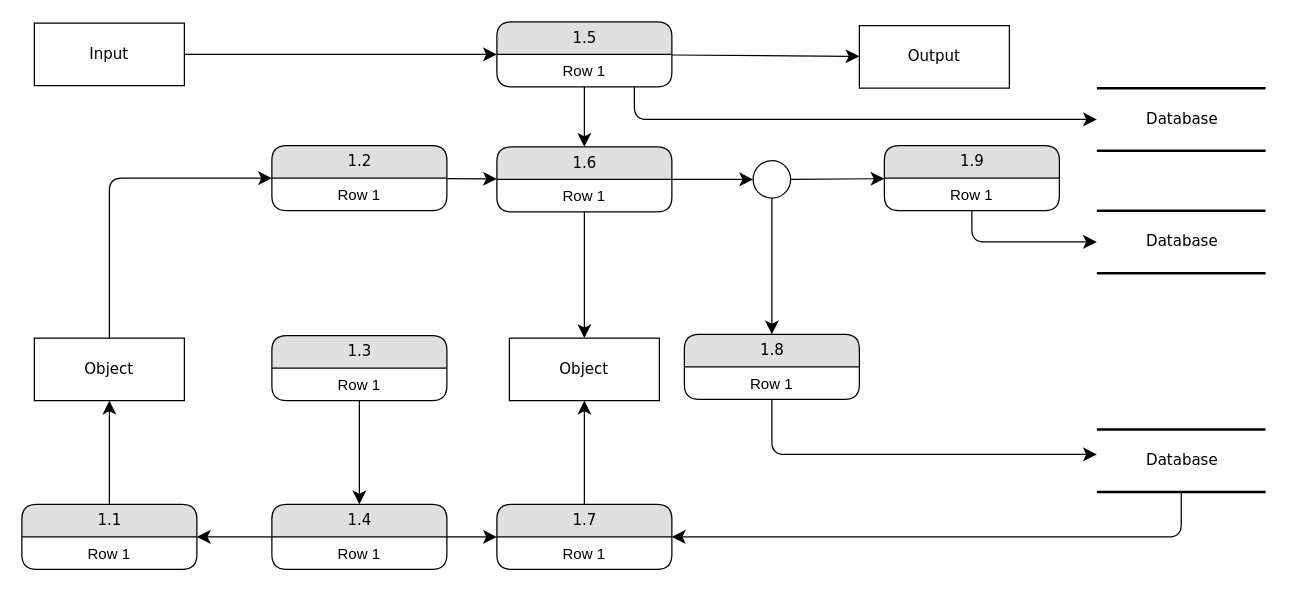
Before: Untitled Diagram.drawio in blimpey/Movie-thing, a draw.io diagram. Source tidied: cells renumbered, new cells numbered last; positions are measured from the earlier drawing's top-left corner, leaving out a move shared by most shapes. Both pictures are drawn from the tidied source at 125%, with x=0, y=0 at pixel (21, 21).
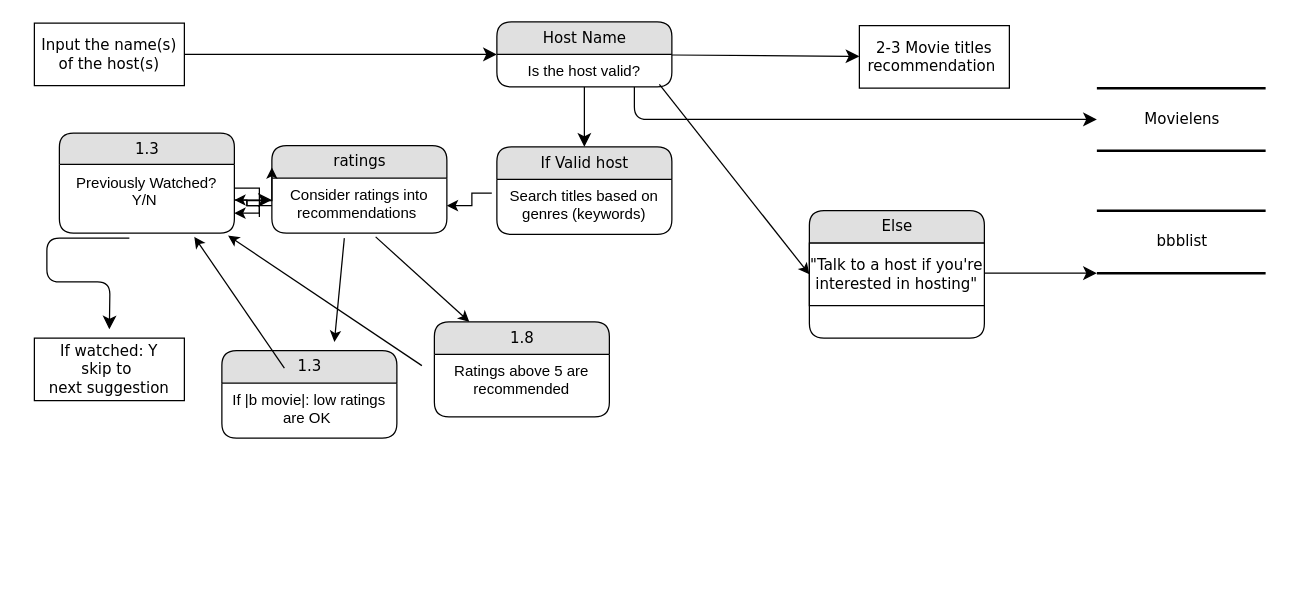
After the change.

Change to the diagram source:
```diff
@@
-    <mxCell id="2" value="Database" style="html=1;rounded=0;shadow=0;comic=0;labelBackgroundColor=none;strokeWidth=2;fontFamily=Verdana;fontSize=12;align=center;shape=mxgraph.ios7ui.horLines;" parent="1" vertex="1">
+    <mxCell id="2" value="Movielens" style="html=1;rounded=0;shadow=0;comic=0;labelBackgroundColor=none;strokeWidth=2;fontFamily=Verdana;fontSize=12;align=center;shape=mxgraph.ios7ui.horLines;" parent="1" vertex="1">
       <mxGeometry x="860" y="53" width="135" height="50" as="geometry" />
     </mxCell>
-    <mxCell id="3" value="Database" style="html=1;rounded=0;shadow=0;comic=0;labelBackgroundColor=none;strokeWidth=2;fontFamily=Verdana;fontSize=12;align=center;shape=mxgraph.ios7ui.horLines;" parent="1" vertex="1">
+    <mxCell id="3" value="bbblist" style="html=1;rounded=0;shadow=0;comic=0;labelBackgroundColor=none;strokeWidth=2;fontFamily=Verdana;fontSize=12;align=center;shape=mxgraph.ios7ui.horLines;" parent="1" vertex="1">
       <mxGeometry x="860" y="151" width="135" height="50" as="geometry" />
     </mxCell>
-    <mxCell id="4" value="Output" style="whiteSpace=wrap;html=1;rounded=0;shadow=0;comic=0;labelBackgroundColor=none;strokeWidth=1;fontFamily=Verdana;fontSize=12;align=center;" parent="1" vertex="1">
+    <mxCell id="4" value="2-3 Movie titles recommendation&amp;nbsp;" style="whiteSpace=wrap;html=1;rounded=0;shadow=0;comic=0;labelBackgroundColor=none;strokeWidth=1;fontFamily=Verdana;fontSize=12;align=center;" parent="1" vertex="1">
       <mxGeometry x="670" y="3" width="120" height="50" as="geometry" />
     </mxCell>
@@
-    <mxCell id="6" value="Input" style="whiteSpace=wrap;html=1;rounded=0;shadow=0;comic=0;labelBackgroundColor=none;strokeWidth=1;fontFamily=Verdana;fontSize=12;align=center;" parent="1" vertex="1">
+    <mxCell id="6" value="Input the name(s) of the host(s)" style="whiteSpace=wrap;html=1;rounded=0;shadow=0;comic=0;labelBackgroundColor=none;strokeWidth=1;fontFamily=Verdana;fontSize=12;align=center;" parent="1" vertex="1">
       <mxGeometry x="10" y="1" width="120" height="50" as="geometry" />
     </mxCell>
@@
-    <mxCell id="10" value="1.5" style="swimlane;html=1;fontStyle=0;horizontal=1;startSize=26;fillColor=#e0e0e0;swimlaneFillColor=#ffffff;align=center;rounded=1;shadow=0;comic=0;labelBackgroundColor=none;strokeWidth=1;fontFamily=Verdana;fontSize=12;" parent="1" vertex="1">
+    <mxCell id="10" value="Host Name" style="swimlane;html=1;fontStyle=0;horizontal=1;startSize=26;fillColor=#e0e0e0;swimlaneFillColor=#ffffff;align=center;rounded=1;shadow=0;comic=0;labelBackgroundColor=none;strokeWidth=1;fontFamily=Verdana;fontSize=12;" parent="1" vertex="1">
       <mxGeometry x="380" width="140" height="52" as="geometry" />
     </mxCell>
+    <mxCell id="46" style="endArrow=classic;html=1;entryX=0;entryY=0.5;entryDx=0;entryDy=0;" parent="10" edge="1" target="48">
+      <mxGeometry relative="1" as="geometry">
+        <mxPoint x="130" y="50" as="sourcePoint" />
+      </mxGeometry>
+    </mxCell>
-    <mxCell id="11" value="Row 1" style="text;html=1;strokeColor=none;fillColor=none;spacingLeft=4;spacingRight=4;whiteSpace=wrap;overflow=hidden;align=center;" parent="10" vertex="1">
+    <mxCell id="11" value="Is the host valid?" style="text;html=1;strokeColor=none;fillColor=none;spacingLeft=4;spacingRight=4;whiteSpace=wrap;overflow=hidden;align=center;" parent="10" vertex="1">
       <mxGeometry y="26" width="140" height="26" as="geometry" />
     </mxCell>
-    <mxCell id="12" style="edgeStyle=orthogonalEdgeStyle;html=1;labelBackgroundColor=none;startFill=0;startSize=8;endFill=1;endSize=8;fontFamily=Verdana;fontSize=12;" parent="1" edge="1" source="13" target="38">
-      <mxGeometry relative="1" as="geometry">
-        <Array as="points">
-          <mxPoint x="928" y="412" />
-        </Array>
-      </mxGeometry>
-    </mxCell>
-    <mxCell id="13" value="Database" style="html=1;rounded=0;shadow=0;comic=0;labelBackgroundColor=none;strokeWidth=2;fontFamily=Verdana;fontSize=12;align=center;shape=mxgraph.ios7ui.horLines;" parent="1" vertex="1">
-      <mxGeometry x="860" y="326" width="135" height="50" as="geometry" />
-    </mxCell>
-    <mxCell id="14" style="edgeStyle=none;html=1;labelBackgroundColor=none;startFill=0;startSize=8;endFill=1;endSize=8;fontFamily=Verdana;fontSize=12;" parent="1" edge="1" source="16" target="45">
-      <mxGeometry relative="1" as="geometry" />
-    </mxCell>
-    <mxCell id="15" style="edgeStyle=none;html=1;labelBackgroundColor=none;startFill=0;startSize=8;endFill=1;endSize=8;fontFamily=Verdana;fontSize=12;" parent="1" edge="1" source="16" target="42">
-      <mxGeometry relative="1" as="geometry" />
-    </mxCell>
-    <mxCell id="16" value="1.6" style="swimlane;html=1;fontStyle=0;horizontal=1;startSize=26;fillColor=#e0e0e0;swimlaneFillColor=#ffffff;align=center;rounded=1;shadow=0;comic=0;labelBackgroundColor=none;strokeWidth=1;fontFamily=Verdana;fontSize=12;" parent="1" vertex="1">
-      <mxGeometry x="380" y="100" width="140" height="52" as="geometry" />
+    <mxCell id="16" value="If Valid host" style="swimlane;html=1;fontStyle=0;horizontal=1;startSize=26;fillColor=#e0e0e0;swimlaneFillColor=#ffffff;align=center;rounded=1;shadow=0;comic=0;labelBackgroundColor=none;strokeWidth=1;fontFamily=Verdana;fontSize=12;" parent="1" vertex="1">
+      <mxGeometry x="380" y="100" width="140" height="70" as="geometry" />
     </mxCell>
-    <mxCell id="17" value="Row 1" style="text;html=1;strokeColor=none;fillColor=none;spacingLeft=4;spacingRight=4;whiteSpace=wrap;overflow=hidden;points=[[0,0.5],[1,0.5]];portConstraint=eastwest;align=center;" parent="16" vertex="1">
-      <mxGeometry y="26" width="140" height="26" as="geometry" />
+    <mxCell id="17" value="Search titles based on genres (keywords)" style="text;html=1;strokeColor=none;fillColor=none;spacingLeft=4;spacingRight=4;whiteSpace=wrap;overflow=hidden;points=[[0,0.5],[1,0.5]];portConstraint=eastwest;align=center;" parent="16" vertex="1">
+      <mxGeometry y="26" width="140" height="44" as="geometry" />
     </mxCell>
-    <mxCell id="18" style="edgeStyle=none;html=1;labelBackgroundColor=none;startFill=0;startSize=8;endFill=1;endSize=8;fontFamily=Verdana;fontSize=12;" parent="1" edge="1" source="19" target="16">
-      <mxGeometry relative="1" as="geometry" />
-    </mxCell>
-    <mxCell id="19" value="1.2" style="swimlane;html=1;fontStyle=0;horizontal=1;startSize=26;fillColor=#e0e0e0;swimlaneFillColor=#ffffff;align=center;rounded=1;shadow=0;comic=0;labelBackgroundColor=none;strokeWidth=1;fontFamily=Verdana;fontSize=12;" parent="1" vertex="1">
-      <mxGeometry x="200" y="99" width="140" height="52" as="geometry" />
+    <mxCell id="19" value="ratings" style="swimlane;html=1;fontStyle=0;horizontal=1;startSize=26;fillColor=#e0e0e0;swimlaneFillColor=#ffffff;align=center;rounded=1;shadow=0;comic=0;labelBackgroundColor=none;strokeWidth=1;fontFamily=Verdana;fontSize=12;" parent="1" vertex="1">
+      <mxGeometry x="200" y="99" width="140" height="70" as="geometry" />
     </mxCell>
-    <mxCell id="20" value="Row 1" style="text;html=1;strokeColor=none;fillColor=none;spacingLeft=4;spacingRight=4;whiteSpace=wrap;overflow=hidden;points=[[0,0.5],[1,0.5]];portConstraint=eastwest;align=center;" parent="19" vertex="1">
-      <mxGeometry y="26" width="140" height="26" as="geometry" />
+    <mxCell id="20" value="Consider ratings into recommendations&amp;nbsp;" style="text;html=1;strokeColor=none;fillColor=none;spacingLeft=4;spacingRight=4;whiteSpace=wrap;overflow=hidden;points=[[0,0.5],[1,0.5]];portConstraint=eastwest;align=center;" parent="19" vertex="1">
+      <mxGeometry y="26" width="140" height="44" as="geometry" />
     </mxCell>
+    <mxCell id="47" style="edgeStyle=orthogonalEdgeStyle;rounded=0;jettySize=auto;html=1;entryX=0;entryY=0.25;entryDx=0;entryDy=0;" parent="19" edge="1" target="19">
+      <mxGeometry relative="1" as="geometry">
+        <mxPoint x="-10" y="57" as="sourcePoint" />
+        <Array as="points">
+          <mxPoint x="-20" y="48" />
+          <mxPoint x="-20" y="44" />
+          <mxPoint y="44" />
+        </Array>
+      </mxGeometry>
+    </mxCell>
@@
-    <mxCell id="22" value="1.9" style="swimlane;html=1;fontStyle=0;horizontal=1;startSize=26;fillColor=#e0e0e0;swimlaneFillColor=#ffffff;align=center;rounded=1;shadow=0;comic=0;labelBackgroundColor=none;strokeWidth=1;fontFamily=Verdana;fontSize=12;" parent="1" vertex="1">
-      <mxGeometry x="690" y="99" width="140" height="52" as="geometry" />
+    <mxCell id="22" value="Else" style="swimlane;html=1;fontStyle=0;horizontal=1;startSize=26;fillColor=#e0e0e0;swimlaneFillColor=#ffffff;align=center;rounded=1;shadow=0;comic=0;labelBackgroundColor=none;strokeWidth=1;fontFamily=Verdana;fontSize=12;" parent="1" vertex="1">
+      <mxGeometry x="630" y="151" width="140" height="102" as="geometry" />
     </mxCell>
-    <mxCell id="23" value="Row 1" style="text;html=1;strokeColor=none;fillColor=none;spacingLeft=4;spacingRight=4;whiteSpace=wrap;overflow=hidden;align=center;" parent="22" vertex="1">
-      <mxGeometry y="26" width="140" height="26" as="geometry" />
-    </mxCell>
-    <mxCell id="24" style="edgeStyle=none;html=1;labelBackgroundColor=none;startFill=0;startSize=8;endFill=1;endSize=8;fontFamily=Verdana;fontSize=12;" parent="1" edge="1" source="25" target="35">
-      <mxGeometry relative="1" as="geometry" />
-    </mxCell>
+    <mxCell id="48" value="&quot;Talk to a host if you're interested in hosting&quot;" style="whiteSpace=wrap;html=1;rounded=0;shadow=0;comic=0;labelBackgroundColor=none;strokeWidth=1;fontFamily=Verdana;fontSize=12;align=center;" parent="22" vertex="1">
+      <mxGeometry y="26" width="140" height="50" as="geometry" />
+    </mxCell>
     <mxCell id="25" value="1.3" style="swimlane;html=1;fontStyle=0;horizontal=1;startSize=26;fillColor=#e0e0e0;swimlaneFillColor=#ffffff;align=center;rounded=1;shadow=0;comic=0;labelBackgroundColor=none;strokeWidth=1;fontFamily=Verdana;fontSize=12;" parent="1" vertex="1">
-      <mxGeometry x="200" y="251" width="140" height="52" as="geometry" />
+      <mxGeometry x="160" y="263" width="140" height="70" as="geometry" />
     </mxCell>
-    <mxCell id="26" value="Row 1" style="text;html=1;strokeColor=none;fillColor=none;spacingLeft=4;spacingRight=4;whiteSpace=wrap;overflow=hidden;align=center;" parent="25" vertex="1">
-      <mxGeometry y="26" width="140" height="26" as="geometry" />
+    <mxCell id="26" value="If |b movie|: low ratings are OK&amp;nbsp;" style="text;html=1;strokeColor=none;fillColor=none;spacingLeft=4;spacingRight=4;whiteSpace=wrap;overflow=hidden;align=center;" parent="25" vertex="1">
+      <mxGeometry y="26" width="140" height="44" as="geometry" />
     </mxCell>
-    <mxCell id="27" style="edgeStyle=orthogonalEdgeStyle;html=1;labelBackgroundColor=none;startFill=0;startSize=8;endFill=1;endSize=8;fontFamily=Verdana;fontSize=12;" parent="1" edge="1" source="28" target="13">
-      <mxGeometry relative="1" as="geometry">
-        <Array as="points">
-          <mxPoint x="600" y="346" />
-        </Array>
-      </mxGeometry>
-    </mxCell>
     <mxCell id="28" value="1.8" style="swimlane;html=1;fontStyle=0;horizontal=1;startSize=26;fillColor=#e0e0e0;swimlaneFillColor=#ffffff;align=center;rounded=1;shadow=0;comic=0;labelBackgroundColor=none;strokeWidth=1;fontFamily=Verdana;fontSize=12;" parent="1" vertex="1">
-      <mxGeometry x="530" y="250" width="140" height="52" as="geometry" />
+      <mxGeometry x="330" y="240" width="140" height="76" as="geometry" />
     </mxCell>
+    <mxCell id="49" style="endArrow=classic;html=1;entryX=0.964;entryY=1.018;entryDx=0;entryDy=0;entryPerimeter=0;" parent="28" edge="1" target="52">
+      <mxGeometry relative="1" as="geometry">
+        <mxPoint x="-10" y="35" as="sourcePoint" />
+      </mxGeometry>
+    </mxCell>
-    <mxCell id="29" value="Row 1" style="text;html=1;strokeColor=none;fillColor=none;spacingLeft=4;spacingRight=4;whiteSpace=wrap;overflow=hidden;align=center;" parent="28" vertex="1">
-      <mxGeometry y="26" width="140" height="26" as="geometry" />
+    <mxCell id="29" value="Ratings above 5 are recommended&lt;br&gt;" style="text;html=1;strokeColor=none;fillColor=none;spacingLeft=4;spacingRight=4;whiteSpace=wrap;overflow=hidden;align=center;" parent="28" vertex="1">
+      <mxGeometry y="26" width="140" height="34" as="geometry" />
     </mxCell>
-    <mxCell id="30" style="edgeStyle=none;html=1;labelBackgroundColor=none;startFill=0;startSize=8;endFill=1;endSize=8;fontFamily=Verdana;fontSize=12;" parent="1" edge="1" source="31" target="41">
-      <mxGeometry relative="1" as="geometry" />
-    </mxCell>
-    <mxCell id="31" value="1.1" style="swimlane;html=1;fontStyle=0;horizontal=1;startSize=26;fillColor=#e0e0e0;swimlaneFillColor=#ffffff;align=center;rounded=1;shadow=0;comic=0;labelBackgroundColor=none;strokeWidth=1;fontFamily=Verdana;fontSize=12;" parent="1" vertex="1">
-      <mxGeometry y="386" width="140" height="52" as="geometry" />
-    </mxCell>
-    <mxCell id="32" value="Row 1" style="text;html=1;strokeColor=none;fillColor=none;spacingLeft=4;spacingRight=4;whiteSpace=wrap;overflow=hidden;align=center;" parent="31" vertex="1">
-      <mxGeometry y="26" width="140" height="26" as="geometry" />
-    </mxCell>
-    <mxCell id="33" style="edgeStyle=none;html=1;labelBackgroundColor=none;startFill=0;startSize=8;endFill=1;endSize=8;fontFamily=Verdana;fontSize=12;" parent="1" edge="1" source="35" target="38">
-      <mxGeometry relative="1" as="geometry" />
-    </mxCell>
-    <mxCell id="34" style="edgeStyle=none;html=1;labelBackgroundColor=none;startFill=0;startSize=8;endFill=1;endSize=8;fontFamily=Verdana;fontSize=12;" parent="1" edge="1" source="35" target="31">
-      <mxGeometry relative="1" as="geometry" />
-    </mxCell>
-    <mxCell id="35" value="1.4" style="swimlane;html=1;fontStyle=0;horizontal=1;startSize=26;fillColor=#e0e0e0;swimlaneFillColor=#ffffff;align=center;rounded=1;shadow=0;comic=0;labelBackgroundColor=none;strokeWidth=1;fontFamily=Verdana;fontSize=12;" parent="1" vertex="1">
-      <mxGeometry x="200" y="386" width="140" height="52" as="geometry" />
-    </mxCell>
-    <mxCell id="36" value="Row 1" style="text;html=1;strokeColor=none;fillColor=none;spacingLeft=4;spacingRight=4;whiteSpace=wrap;overflow=hidden;align=center;" parent="35" vertex="1">
-      <mxGeometry y="26" width="140" height="26" as="geometry" />
-    </mxCell>
-    <mxCell id="37" style="edgeStyle=none;html=1;labelBackgroundColor=none;startFill=0;startSize=8;endFill=1;endSize=8;fontFamily=Verdana;fontSize=12;" parent="1" edge="1" source="38" target="42">
-      <mxGeometry relative="1" as="geometry" />
-    </mxCell>
-    <mxCell id="38" value="1.7" style="swimlane;html=1;fontStyle=0;horizontal=1;startSize=26;fillColor=#e0e0e0;swimlaneFillColor=#ffffff;align=center;rounded=1;shadow=0;comic=0;labelBackgroundColor=none;strokeWidth=1;fontFamily=Verdana;fontSize=12;" parent="1" vertex="1">
-      <mxGeometry x="380" y="386" width="140" height="52" as="geometry" />
-    </mxCell>
-    <mxCell id="39" value="Row 1" style="text;html=1;strokeColor=none;fillColor=none;spacingLeft=4;spacingRight=4;whiteSpace=wrap;overflow=hidden;align=center;" parent="38" vertex="1">
-      <mxGeometry y="26" width="140" height="26" as="geometry" />
-    </mxCell>
-    <mxCell id="40" style="edgeStyle=orthogonalEdgeStyle;html=1;labelBackgroundColor=none;startFill=0;startSize=8;endFill=1;endSize=8;fontFamily=Verdana;fontSize=12;" parent="1" edge="1" source="41" target="19">
+    <mxCell id="40" style="edgeStyle=orthogonalEdgeStyle;html=1;labelBackgroundColor=none;startFill=0;startSize=8;endFill=1;endSize=8;fontFamily=Verdana;fontSize=12;" parent="1" edge="1" source="52" target="19">
       <mxGeometry relative="1" as="geometry">
         <Array as="points">
           <mxPoint x="70" y="125" />
         </Array>
       </mxGeometry>
     </mxCell>
-    <mxCell id="41" value="Object" style="whiteSpace=wrap;html=1;rounded=0;shadow=0;comic=0;labelBackgroundColor=none;strokeWidth=1;fontFamily=Verdana;fontSize=12;align=center;" parent="1" vertex="1">
+    <mxCell id="41" value="If watched: Y&lt;br&gt;skip to&amp;nbsp;&lt;br&gt;next suggestion" style="whiteSpace=wrap;html=1;rounded=0;shadow=0;comic=0;labelBackgroundColor=none;strokeWidth=1;fontFamily=Verdana;fontSize=12;align=center;" parent="1" vertex="1">
       <mxGeometry x="10" y="253" width="120" height="50" as="geometry" />
     </mxCell>
-    <mxCell id="42" value="Object" style="whiteSpace=wrap;html=1;rounded=0;shadow=0;comic=0;labelBackgroundColor=none;strokeWidth=1;fontFamily=Verdana;fontSize=12;align=center;" parent="1" vertex="1">
-      <mxGeometry x="390" y="253" width="120" height="50" as="geometry" />
-    </mxCell>
-    <mxCell id="43" style="edgeStyle=none;html=1;labelBackgroundColor=none;startFill=0;startSize=8;endFill=1;endSize=8;fontFamily=Verdana;fontSize=12;" parent="1" edge="1" source="45" target="28">
-      <mxGeometry relative="1" as="geometry" />
-    </mxCell>
-    <mxCell id="44" style="edgeStyle=none;html=1;labelBackgroundColor=none;startFill=0;startSize=8;endFill=1;endSize=8;fontFamily=Verdana;fontSize=12;" parent="1" edge="1" source="45" target="22">
-      <mxGeometry relative="1" as="geometry" />
-    </mxCell>
-    <mxCell id="45" style="ellipse;whiteSpace=wrap;html=1;rounded=1;shadow=0;comic=0;labelBackgroundColor=none;strokeWidth=1;fontFamily=Verdana;fontSize=12;align=center;" parent="1" vertex="1">
-      <mxGeometry x="585" y="111" width="30" height="30" as="geometry" />
-    </mxCell>
+    <mxCell id="50" value="1.3" style="swimlane;html=1;fontStyle=0;horizontal=1;startSize=25;fillColor=#e0e0e0;swimlaneFillColor=#ffffff;align=center;rounded=1;shadow=0;comic=0;labelBackgroundColor=none;strokeWidth=1;fontFamily=Verdana;fontSize=12;" parent="1" vertex="1">
+      <mxGeometry x="30" y="89" width="140" height="80" as="geometry" />
+    </mxCell>
+    <mxCell id="51" style="edgeStyle=orthogonalEdgeStyle;rounded=0;orthogonalLoop=1;jettySize=auto;html=1;" parent="1" edge="1" source="52" target="52">
+      <mxGeometry relative="1" as="geometry">
+        <Array as="points">
+          <mxPoint x="190" y="133" />
+          <mxPoint x="190" y="153" />
+        </Array>
+      </mxGeometry>
+    </mxCell>
+    <mxCell id="52" value="Previously Watched? Y/N&amp;nbsp;" style="text;html=1;strokeColor=none;fillColor=none;spacingLeft=4;spacingRight=4;whiteSpace=wrap;overflow=hidden;points=[[0,0.5],[1,0.5]];portConstraint=eastwest;align=center;" parent="1" vertex="1">
+      <mxGeometry x="30" y="115" width="140" height="55" as="geometry" />
+    </mxCell>
+    <mxCell id="53" style="edgeStyle=orthogonalEdgeStyle;html=1;labelBackgroundColor=none;startFill=0;startSize=8;endFill=1;endSize=8;fontFamily=Verdana;fontSize=12;exitX=0.4;exitY=1.055;exitDx=0;exitDy=0;exitPerimeter=0;" parent="1" edge="1" source="52">
+      <mxGeometry relative="1" as="geometry">
+        <mxPoint x="70" y="246" as="targetPoint" />
+      </mxGeometry>
+    </mxCell>
+    <mxCell id="54" style="edgeStyle=orthogonalEdgeStyle;rounded=0;jettySize=auto;html=1;" parent="1" edge="1" source="20" target="52">
+      <mxGeometry relative="1" as="geometry" />
+    </mxCell>
+    <mxCell id="55" style="endArrow=classic;html=1;exitX=0.593;exitY=1.068;exitDx=0;exitDy=0;exitPerimeter=0;entryX=0.2;entryY=0;entryDx=0;entryDy=0;entryPerimeter=0;" parent="1" edge="1" source="20" target="28">
+      <mxGeometry relative="1" as="geometry" />
+    </mxCell>
+    <mxCell id="56" style="endArrow=classic;html=1;exitX=0.414;exitY=1.091;exitDx=0;exitDy=0;exitPerimeter=0;" parent="1" edge="1" source="20">
+      <mxGeometry relative="1" as="geometry">
+        <mxPoint x="250" y="256" as="targetPoint" />
+      </mxGeometry>
+    </mxCell>
+    <mxCell id="57" style="edgeStyle=orthogonalEdgeStyle;rounded=0;jettySize=auto;html=1;exitX=-0.029;exitY=0.25;exitDx=0;exitDy=0;exitPerimeter=0;" parent="1" edge="1" source="17" target="20">
+      <mxGeometry relative="1" as="geometry" />
+    </mxCell>
+    <mxCell id="58" style="endArrow=classic;html=1;entryX=0.771;entryY=1.036;entryDx=0;entryDy=0;entryPerimeter=0;" parent="1" edge="1" target="52">
+      <mxGeometry relative="1" as="geometry">
+        <mxPoint x="210" y="277" as="sourcePoint" />
+      </mxGeometry>
+    </mxCell>
```
